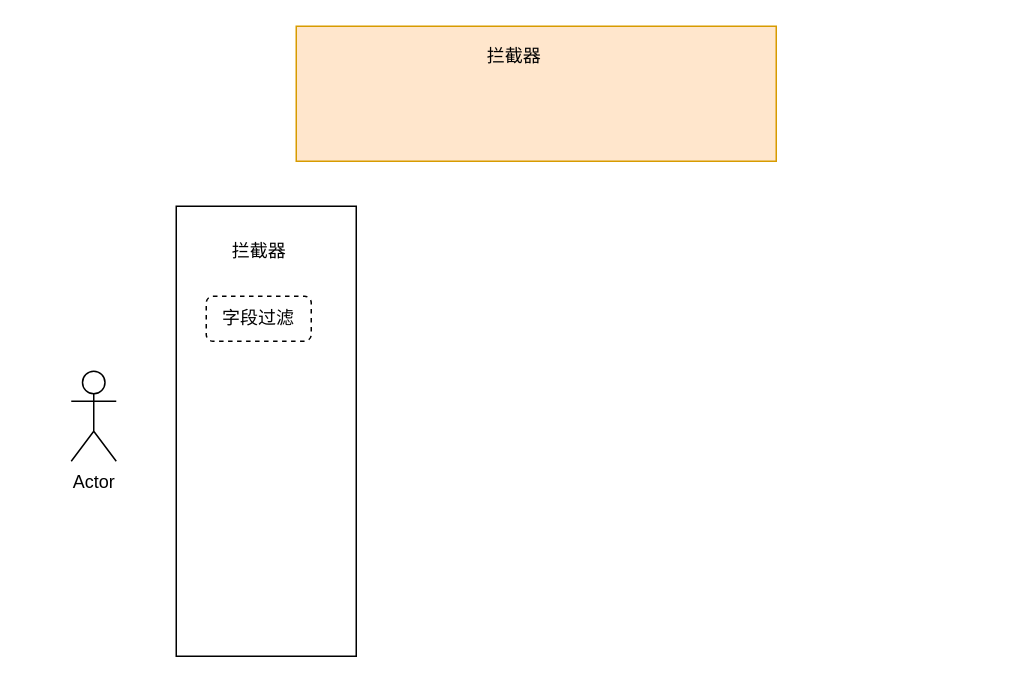
Earlier version of the draw.io diagram rongda-dep/牙管家-数据权限-字段过滤.drawio (cherishsince/diagrams.net). Source tidied: cells renumbered, new cells numbered last; positions are measured from the earlier drawing's top-left corner, leaving out a move shared by most shapes. Both pictures are drawn from the tidied source at 150%, with x=0, y=0 at pixel (70, 26).
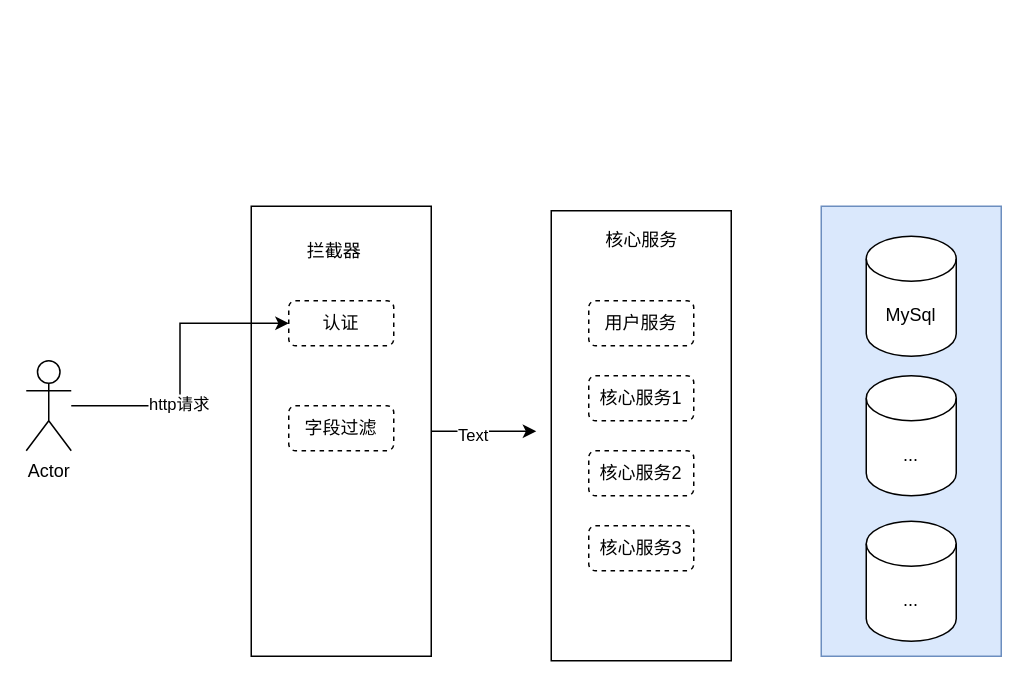
After the change.

Commit message (it also covers changes not shown here):
更新牙管家-数据权限-字段过滤.drawio

The edit, as a diff of the source:
```diff
@@
+    <mxCell id="8" style="rounded=0;whiteSpace=wrap;html=1;fillColor=#dae8fc;strokeColor=#6c8ebf;" parent="1" vertex="1">
+      <mxGeometry x="500" y="120" width="120" height="300" as="geometry" />
+    </mxCell>
+    <mxCell id="9" style="edgeStyle=orthogonalEdgeStyle;rounded=0;jettySize=auto;html=1;exitX=1;exitY=0.5;exitDx=0;exitDy=0;" parent="1" edge="1" source="2">
+      <mxGeometry relative="1" as="geometry">
+        <mxPoint x="310" y="270" as="targetPoint" />
+      </mxGeometry>
+    </mxCell>
+    <mxCell id="10" value="Text" style="edgeLabel;html=1;align=center;verticalAlign=middle;" parent="9" vertex="1">
+      <mxGeometry x="-0.23" y="-2" relative="1" as="geometry" />
+    </mxCell>
     <mxCell id="2" style="rounded=0;whiteSpace=wrap;html=1;" parent="1" vertex="1">
-      <mxGeometry x="70" y="120" width="120" height="300" as="geometry" />
+      <mxGeometry x="120" y="120" width="120" height="300" as="geometry" />
     </mxCell>
-    <mxCell id="3" style="rounded=0;whiteSpace=wrap;html=1;fillColor=#ffe6cc;strokeColor=#d79b00;" parent="1" vertex="1">
-      <mxGeometry x="150" width="320" height="90" as="geometry" />
-    </mxCell>
     <mxCell id="4" value="字段过滤" style="rounded=1;whiteSpace=wrap;html=1;dashed=1;" parent="1" vertex="1">
-      <mxGeometry x="90" y="180" width="70" height="30" as="geometry" />
+      <mxGeometry x="145" y="253" width="70" height="30" as="geometry" />
     </mxCell>
-    <mxCell id="5" value="拦截器" style="text;html=1;align=center;verticalAlign=middle;strokeColor=none;" parent="1" vertex="1">
-      <mxGeometry x="270" y="10" width="50" height="20" as="geometry" />
-    </mxCell>
+    <mxCell id="11" style="edgeStyle=orthogonalEdgeStyle;rounded=0;jettySize=auto;html=1;entryX=0;entryY=0.5;entryDx=0;entryDy=0;" parent="1" edge="1" source="6" target="22">
+      <mxGeometry relative="1" as="geometry" />
+    </mxCell>
+    <mxCell id="12" value="http请求" style="edgeLabel;html=1;align=center;verticalAlign=middle;" parent="11" vertex="1">
+      <mxGeometry x="-0.26" y="1" relative="1" as="geometry" />
+    </mxCell>
     <mxCell id="6" value="Actor" style="shape=umlActor;verticalLabelPosition=bottom;verticalAlign=top;html=1;outlineConnect=0;" parent="1" vertex="1">
-      <mxGeometry y="230" width="30" height="60" as="geometry" />
+      <mxGeometry x="-30" y="223" width="30" height="60" as="geometry" />
     </mxCell>
     <mxCell id="7" value="拦截器" style="text;html=1;align=center;verticalAlign=middle;strokeColor=none;" parent="1" vertex="1">
-      <mxGeometry x="100" y="140" width="50" height="20" as="geometry" />
+      <mxGeometry x="150" y="140" width="50" height="20" as="geometry" />
     </mxCell>
+    <mxCell id="13" value="..." style="shape=cylinder3;whiteSpace=wrap;html=1;boundedLbl=1;backgroundOutline=1;size=15;" parent="1" vertex="1">
+      <mxGeometry x="530" y="233" width="60" height="80" as="geometry" />
+    </mxCell>
+    <mxCell id="14" value="MySql" style="shape=cylinder3;whiteSpace=wrap;html=1;boundedLbl=1;backgroundOutline=1;size=15;" parent="1" vertex="1">
+      <mxGeometry x="530" y="140" width="60" height="80" as="geometry" />
+    </mxCell>
+    <mxCell id="15" value="..." style="shape=cylinder3;whiteSpace=wrap;html=1;boundedLbl=1;backgroundOutline=1;size=15;" parent="1" vertex="1">
+      <mxGeometry x="530" y="330" width="60" height="80" as="geometry" />
+    </mxCell>
+    <mxCell id="16" style="rounded=0;whiteSpace=wrap;html=1;" parent="1" vertex="1">
+      <mxGeometry x="320" y="123" width="120" height="300" as="geometry" />
+    </mxCell>
+    <mxCell id="17" value="核心服务" style="text;html=1;align=center;verticalAlign=middle;strokeColor=none;" parent="1" vertex="1">
+      <mxGeometry x="350" y="133" width="60" height="20" as="geometry" />
+    </mxCell>
+    <mxCell id="18" value="用户服务" style="rounded=1;whiteSpace=wrap;html=1;dashed=1;" parent="1" vertex="1">
+      <mxGeometry x="345" y="183" width="70" height="30" as="geometry" />
+    </mxCell>
+    <mxCell id="19" value="核心服务1" style="rounded=1;whiteSpace=wrap;html=1;dashed=1;" parent="1" vertex="1">
+      <mxGeometry x="345" y="233" width="70" height="30" as="geometry" />
+    </mxCell>
+    <mxCell id="20" value="核心服务2" style="rounded=1;whiteSpace=wrap;html=1;dashed=1;" parent="1" vertex="1">
+      <mxGeometry x="345" y="283" width="70" height="30" as="geometry" />
+    </mxCell>
+    <mxCell id="21" value="核心服务3" style="rounded=1;whiteSpace=wrap;html=1;dashed=1;" parent="1" vertex="1">
+      <mxGeometry x="345" y="333" width="70" height="30" as="geometry" />
+    </mxCell>
+    <mxCell id="22" value="认证" style="rounded=1;whiteSpace=wrap;html=1;dashed=1;" parent="1" vertex="1">
+      <mxGeometry x="145" y="183" width="70" height="30" as="geometry" />
+    </mxCell>
```
